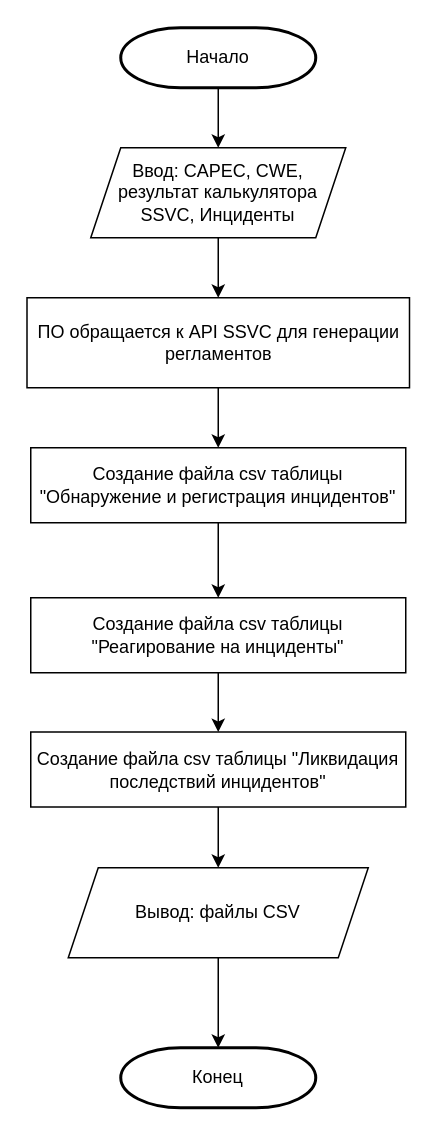
Above: Algorithm_OPZ/(3. ЧР) 2. Алгоритм Генерация регламентов.drawio in SmirnovBogdan8/Diplom (draw.io), before the change. Source tidied: cells renumbered, new cells numbered last; positions are measured from the earlier drawing's top-left corner, leaving out a move shared by most shapes. Both pictures are drawn from the tidied source at 150%, with x=0, y=0 at pixel (27, 27).
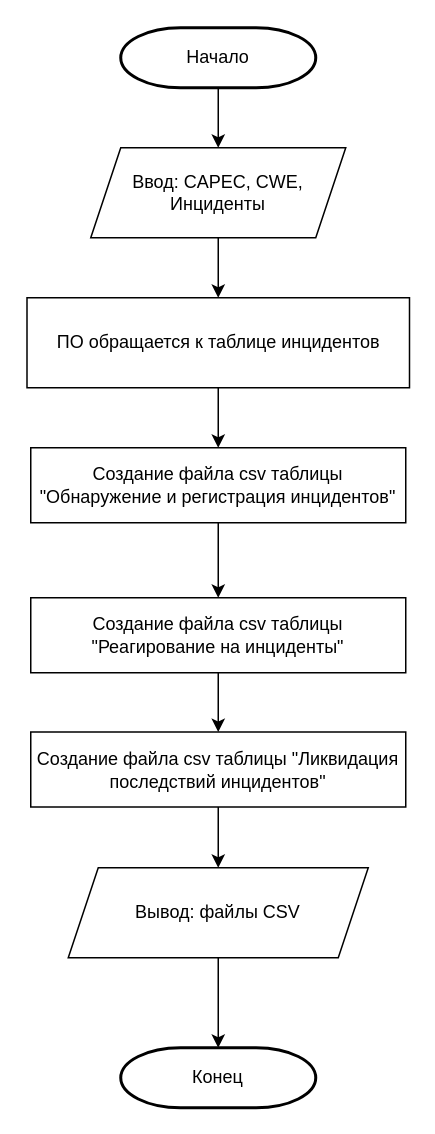
The same diagram, later.

The edit, as a diff of the source:
```diff
@@
 <mxGraphModel>
   <root>
     <mxCell id="0" />
     <mxCell id="1" parent="0" />
     <mxCell id="2" style="edgeStyle=orthogonalEdgeStyle;rounded=0;jettySize=auto;html=1;" parent="1" edge="1" source="3" target="6">
       <mxGeometry relative="1" as="geometry" />
     </mxCell>
     <mxCell id="3" value="Начало" style="strokeWidth=2;html=1;shape=mxgraph.flowchart.terminator;whiteSpace=wrap;" parent="1" vertex="1">
       <mxGeometry x="62" width="130" height="40" as="geometry" />
     </mxCell>
     <mxCell id="4" value="Конец" style="strokeWidth=2;html=1;shape=mxgraph.flowchart.terminator;whiteSpace=wrap;" parent="1" vertex="1">
       <mxGeometry x="62" y="680" width="130" height="40" as="geometry" />
     </mxCell>
     <mxCell id="5" style="edgeStyle=orthogonalEdgeStyle;rounded=0;jettySize=auto;html=1;" parent="1" edge="1" source="6" target="8">
       <mxGeometry relative="1" as="geometry" />
     </mxCell>
-    <mxCell id="6" value="Ввод: CAPEC, CWE, результат калькулятора SSVC, Инциденты" style="shape=parallelogram;perimeter=parallelogramPerimeter;whiteSpace=wrap;html=1;fixedSize=1;" parent="1" vertex="1">
+    <mxCell id="6" value="Ввод: CAPEC, CWE, Инциденты" style="shape=parallelogram;perimeter=parallelogramPerimeter;whiteSpace=wrap;html=1;fixedSize=1;" parent="1" vertex="1">
       <mxGeometry x="42" y="80" width="170" height="60" as="geometry" />
     </mxCell>
     <mxCell id="7" style="edgeStyle=orthogonalEdgeStyle;rounded=0;jettySize=auto;html=1;" parent="1" edge="1" source="8" target="10">
       <mxGeometry relative="1" as="geometry" />
     </mxCell>
-    <mxCell id="8" value="ПО обращается к API SSVC для генерации регламентов" style="rounded=0;whiteSpace=wrap;html=1;" parent="1" vertex="1">
+    <mxCell id="8" value="ПО обращается к таблице инцидентов" style="rounded=0;whiteSpace=wrap;html=1;" parent="1" vertex="1">
       <mxGeometry x="-0.5" y="180" width="255" height="60" as="geometry" />
     </mxCell>
     <mxCell id="9" style="edgeStyle=orthogonalEdgeStyle;rounded=0;jettySize=auto;html=1;" parent="1" edge="1" source="10" target="14">
       <mxGeometry relative="1" as="geometry" />
     </mxCell>
     <mxCell id="10" value="Создание файла csv таблицы &quot;Обнаружение и регистрация инцидентов&quot;" style="rounded=0;whiteSpace=wrap;html=1;" parent="1" vertex="1">
       <mxGeometry x="2" y="280" width="250" height="50" as="geometry" />
     </mxCell>
     <mxCell id="11" style="edgeStyle=orthogonalEdgeStyle;rounded=0;jettySize=auto;html=1;" parent="1" edge="1" source="12" target="4">
       <mxGeometry relative="1" as="geometry" />
     </mxCell>
     <mxCell id="12" value="Вывод: файлы CSV" style="shape=parallelogram;perimeter=parallelogramPerimeter;whiteSpace=wrap;html=1;fixedSize=1;" parent="1" vertex="1">
       <mxGeometry x="27" y="560" width="200" height="60" as="geometry" />
     </mxCell>
     <mxCell id="13" style="edgeStyle=orthogonalEdgeStyle;rounded=0;jettySize=auto;html=1;" parent="1" edge="1" source="14" target="16">
       <mxGeometry relative="1" as="geometry" />
     </mxCell>
     <mxCell id="14" value="Создание файла csv таблицы &quot;Реагирование на инциденты&quot;" style="rounded=0;whiteSpace=wrap;html=1;" parent="1" vertex="1">
       <mxGeometry x="2" y="380" width="250" height="50" as="geometry" />
     </mxCell>
     <mxCell id="15" style="edgeStyle=orthogonalEdgeStyle;rounded=0;jettySize=auto;html=1;" parent="1" edge="1" source="16" target="12">
       <mxGeometry relative="1" as="geometry" />
     </mxCell>
     <mxCell id="16" value="Создание файла csv таблицы &quot;Ликвидация последствий инцидентов&quot;" style="rounded=0;whiteSpace=wrap;html=1;" parent="1" vertex="1">
       <mxGeometry x="2" y="469.5" width="250" height="50" as="geometry" />
     </mxCell>
   </root>
 </mxGraphModel>
```
